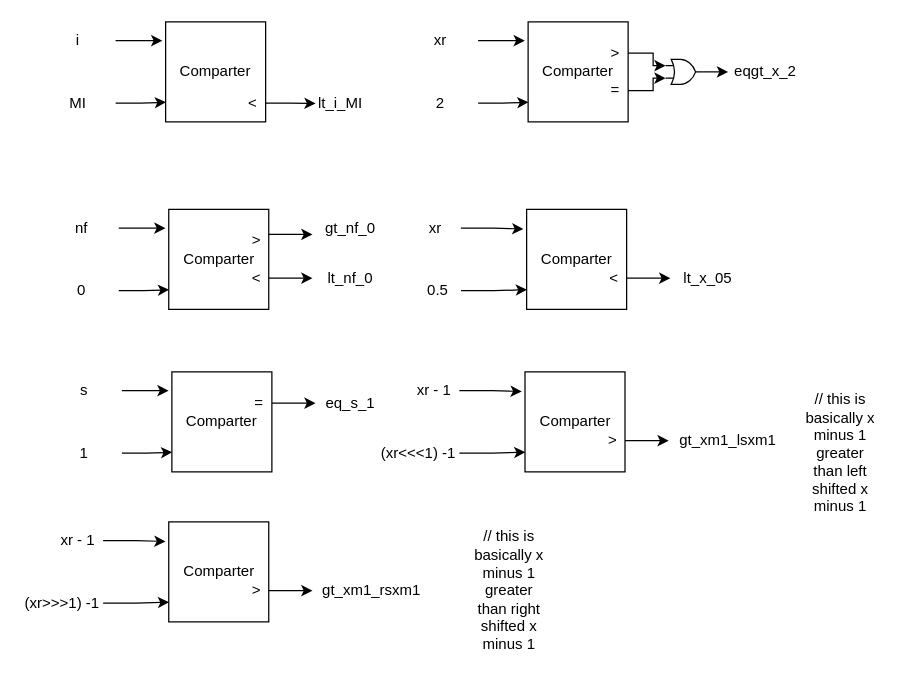
Before: status_signals.drawio in 0xByteRush/COE302, a draw.io diagram. Source tidied: cells renumbered, new cells numbered last; positions are measured from the earlier drawing's top-left corner, leaving out a move shared by most shapes. Both pictures are drawn from the tidied source at 125%, with x=0, y=0 at pixel (21, 21).
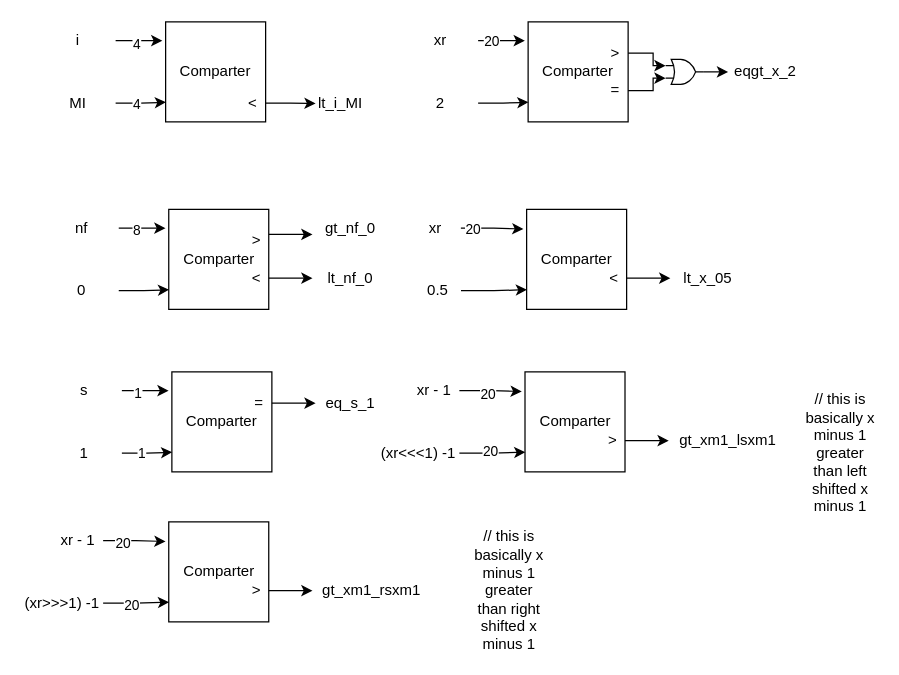
The same page after the edit.

The change refers to these unchanged cells:
```xml
<mxCell id="4" style="edgeStyle=orthogonalEdgeStyle;rounded=0;jettySize=auto;html=1;exitX=1;exitY=0.5;exitDx=0;exitDy=0;entryX=-0.032;entryY=0.196;entryDx=0;entryDy=0;entryPerimeter=0;" parent="1" edge="1" source="3" target="2">
  <mxGeometry relative="1" as="geometry" />
</mxCell>
<mxCell id="6" style="edgeStyle=orthogonalEdgeStyle;rounded=0;jettySize=auto;html=1;exitX=1;exitY=0.5;exitDx=0;exitDy=0;entryX=0.004;entryY=0.804;entryDx=0;entryDy=0;entryPerimeter=0;" parent="1" edge="1" source="5" target="2">
  <mxGeometry relative="1" as="geometry" />
</mxCell>
<mxCell id="12" style="edgeStyle=orthogonalEdgeStyle;rounded=0;jettySize=auto;html=1;exitX=1;exitY=0.5;exitDx=0;exitDy=0;entryX=-0.032;entryY=0.196;entryDx=0;entryDy=0;entryPerimeter=0;" parent="1" edge="1" source="11" target="10">
  <mxGeometry relative="1" as="geometry" />
</mxCell>
<mxCell id="25" style="edgeStyle=orthogonalEdgeStyle;rounded=0;jettySize=auto;html=1;exitX=1;exitY=0.5;exitDx=0;exitDy=0;entryX=-0.032;entryY=0.196;entryDx=0;entryDy=0;entryPerimeter=0;" parent="1" edge="1" source="24" target="23">
  <mxGeometry relative="1" as="geometry" />
</mxCell>
<mxCell id="35" style="edgeStyle=orthogonalEdgeStyle;rounded=0;jettySize=auto;html=1;exitX=1;exitY=0.5;exitDx=0;exitDy=0;entryX=-0.032;entryY=0.196;entryDx=0;entryDy=0;entryPerimeter=0;" parent="1" edge="1" source="34" target="33">
  <mxGeometry relative="1" as="geometry" />
</mxCell>
<mxCell id="43" style="edgeStyle=orthogonalEdgeStyle;rounded=0;jettySize=auto;html=1;exitX=1;exitY=0.5;exitDx=0;exitDy=0;entryX=-0.032;entryY=0.196;entryDx=0;entryDy=0;entryPerimeter=0;" parent="1" edge="1" source="42" target="41">
  <mxGeometry relative="1" as="geometry" />
</mxCell>
<mxCell id="45" style="edgeStyle=orthogonalEdgeStyle;rounded=0;jettySize=auto;html=1;exitX=1;exitY=0.5;exitDx=0;exitDy=0;entryX=0.004;entryY=0.804;entryDx=0;entryDy=0;entryPerimeter=0;" parent="1" edge="1" source="44" target="41">
  <mxGeometry relative="1" as="geometry" />
</mxCell>
<mxCell id="51" style="edgeStyle=orthogonalEdgeStyle;rounded=0;jettySize=auto;html=1;exitX=1;exitY=0.5;exitDx=0;exitDy=0;entryX=-0.032;entryY=0.196;entryDx=0;entryDy=0;entryPerimeter=0;" parent="1" edge="1" source="50" target="49">
  <mxGeometry relative="1" as="geometry" />
</mxCell>
<mxCell id="53" style="edgeStyle=orthogonalEdgeStyle;rounded=0;jettySize=auto;html=1;exitX=1;exitY=0.5;exitDx=0;exitDy=0;entryX=0.004;entryY=0.804;entryDx=0;entryDy=0;entryPerimeter=0;" parent="1" edge="1" source="52" target="49">
  <mxGeometry relative="1" as="geometry" />
</mxCell>
<mxCell id="58" style="edgeStyle=orthogonalEdgeStyle;rounded=0;jettySize=auto;html=1;exitX=1;exitY=0.5;exitDx=0;exitDy=0;entryX=-0.032;entryY=0.196;entryDx=0;entryDy=0;entryPerimeter=0;" parent="1" edge="1" source="57" target="56">
  <mxGeometry relative="1" as="geometry" />
</mxCell>
<mxCell id="60" style="edgeStyle=orthogonalEdgeStyle;rounded=0;jettySize=auto;html=1;exitX=1;exitY=0.5;exitDx=0;exitDy=0;entryX=0.004;entryY=0.804;entryDx=0;entryDy=0;entryPerimeter=0;" parent="1" edge="1" source="59" target="56">
  <mxGeometry relative="1" as="geometry" />
</mxCell>
```

What changed in the source:
```diff
@@
+    <mxCell id="67" value="4" style="edgeLabel;html=1;align=center;verticalAlign=middle;" parent="4" vertex="1">
+      <mxGeometry x="-0.14" y="-2" relative="1" as="geometry" />
+    </mxCell>
@@
+    <mxCell id="68" value="4" style="edgeLabel;html=1;align=center;verticalAlign=middle;" parent="6" vertex="1">
+      <mxGeometry x="-0.23" relative="1" as="geometry" />
+    </mxCell>
@@
+    <mxCell id="69" value="20" style="edgeLabel;html=1;align=center;verticalAlign=middle;" parent="12" vertex="1">
+      <mxGeometry x="-0.46" relative="1" as="geometry" />
+    </mxCell>
@@
+    <mxCell id="70" value="8" style="edgeLabel;html=1;align=center;verticalAlign=middle;" parent="25" vertex="1">
+      <mxGeometry x="-0.29" y="-1" relative="1" as="geometry" />
+    </mxCell>
@@
+    <mxCell id="71" value="20" style="edgeLabel;html=1;align=center;verticalAlign=middle;" parent="35" vertex="1">
+      <mxGeometry x="-0.66" relative="1" as="geometry" />
+    </mxCell>
@@
+    <mxCell id="72" value="1" style="edgeLabel;html=1;align=center;verticalAlign=middle;" parent="43" vertex="1">
+      <mxGeometry x="-0.37" y="-1" relative="1" as="geometry" />
+    </mxCell>
@@
+    <mxCell id="73" value="1" style="edgeLabel;html=1;align=center;verticalAlign=middle;" parent="45" vertex="1">
+      <mxGeometry x="-0.25" y="1" relative="1" as="geometry" />
+    </mxCell>
@@
+    <mxCell id="74" value="20" style="edgeLabel;html=1;align=center;verticalAlign=middle;" parent="51" vertex="1">
+      <mxGeometry x="-0.14" y="-2" relative="1" as="geometry" />
+    </mxCell>
@@
+    <mxCell id="75" value="20" style="edgeLabel;html=1;align=center;verticalAlign=middle;" parent="53" vertex="1">
+      <mxGeometry x="-0.09" y="2" relative="1" as="geometry" />
+    </mxCell>
@@
+    <mxCell id="76" value="20" style="edgeLabel;html=1;align=center;verticalAlign=middle;" parent="58" vertex="1">
+      <mxGeometry x="-0.41" y="-1" relative="1" as="geometry" />
+    </mxCell>
@@
+    <mxCell id="77" value="20" style="edgeLabel;html=1;align=center;verticalAlign=middle;" parent="60" vertex="1">
+      <mxGeometry x="-0.16" y="-1" relative="1" as="geometry" />
+    </mxCell>
```
